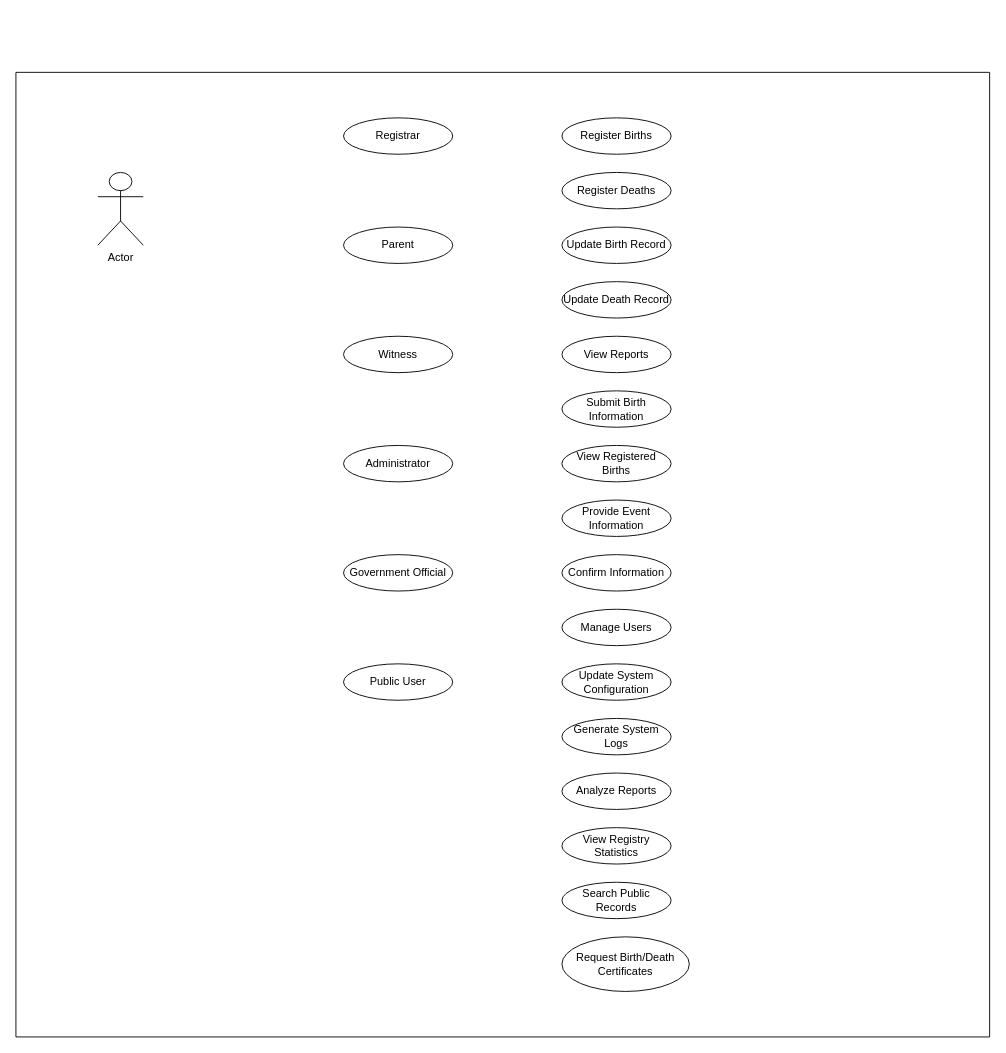
Above: DBRegistryUseCaseDiagram.drawio in brabentil/database_diagrams (draw.io), before the change. Source tidied: cells renumbered, new cells numbered last; positions are measured from the earlier drawing's top-left corner, leaving out a move shared by most shapes. Both pictures are drawn from the tidied source at 91%, with x=0, y=0 at pixel (15, 72).
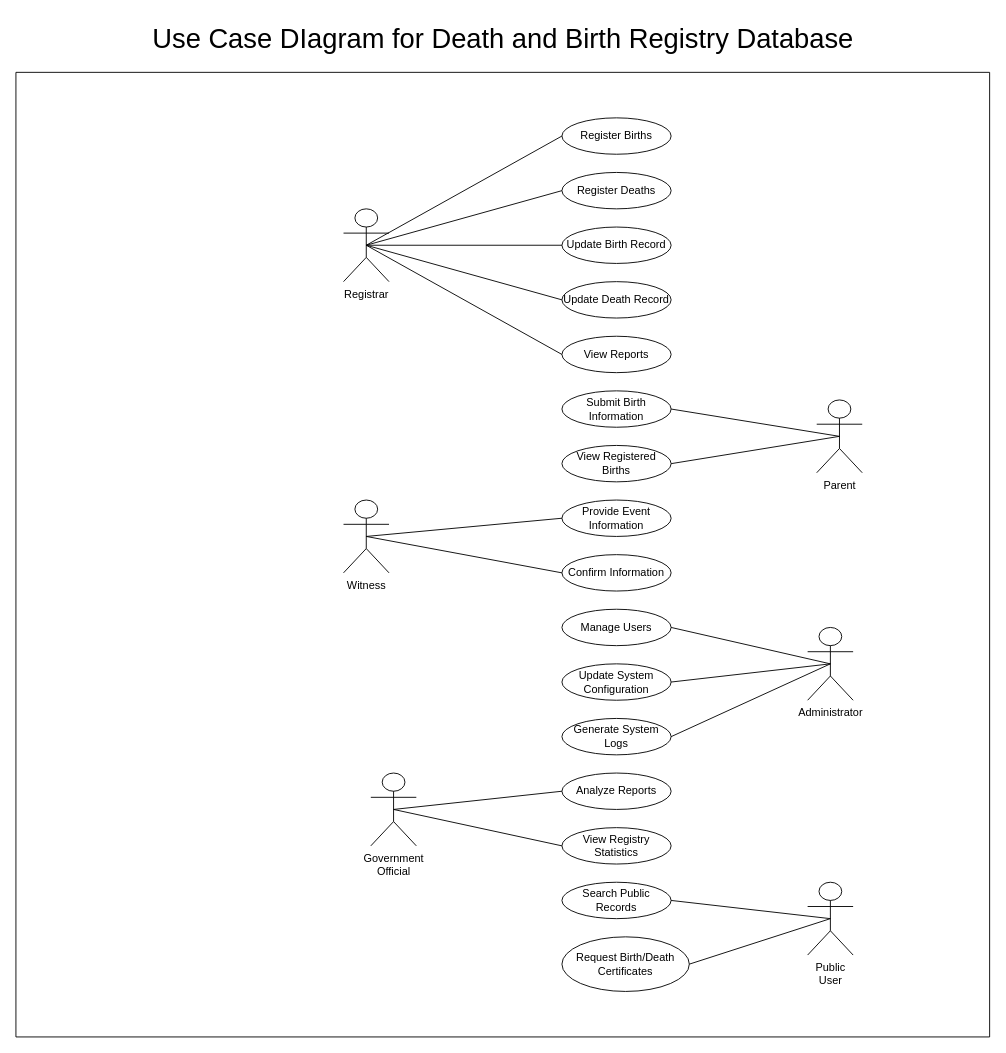
Above is the later version.

The change refers to these unchanged cells:
```xml
<mxCell id="8" value="Register Births" style="shape=ellipse;whiteSpace=wrap;html=1;" parent="1" vertex="1">
  <mxGeometry x="600" y="50" width="120" height="40" as="geometry" />
</mxCell>
<mxCell id="9" value="Register Deaths" style="shape=ellipse;whiteSpace=wrap;html=1;" parent="1" vertex="1">
  <mxGeometry x="600" y="110" width="120" height="40" as="geometry" />
</mxCell>
<mxCell id="10" value="Update Birth Record" style="shape=ellipse;whiteSpace=wrap;html=1;" parent="1" vertex="1">
  <mxGeometry x="600" y="170" width="120" height="40" as="geometry" />
</mxCell>
<mxCell id="11" value="Update Death Record" style="shape=ellipse;whiteSpace=wrap;html=1;" parent="1" vertex="1">
  <mxGeometry x="600" y="230" width="120" height="40" as="geometry" />
</mxCell>
<mxCell id="12" value="View Reports" style="shape=ellipse;whiteSpace=wrap;html=1;" parent="1" vertex="1">
  <mxGeometry x="600" y="290" width="120" height="40" as="geometry" />
</mxCell>
<mxCell id="13" value="Submit Birth Information" style="shape=ellipse;whiteSpace=wrap;html=1;" parent="1" vertex="1">
  <mxGeometry x="600" y="350" width="120" height="40" as="geometry" />
</mxCell>
<mxCell id="14" value="View Registered Births" style="shape=ellipse;whiteSpace=wrap;html=1;" parent="1" vertex="1">
  <mxGeometry x="600" y="410" width="120" height="40" as="geometry" />
</mxCell>
<mxCell id="15" value="Provide Event Information" style="shape=ellipse;whiteSpace=wrap;html=1;" parent="1" vertex="1">
  <mxGeometry x="600" y="470" width="120" height="40" as="geometry" />
</mxCell>
<mxCell id="16" value="Confirm Information" style="shape=ellipse;whiteSpace=wrap;html=1;" parent="1" vertex="1">
  <mxGeometry x="600" y="530" width="120" height="40" as="geometry" />
</mxCell>
<mxCell id="17" value="Manage Users" style="shape=ellipse;whiteSpace=wrap;html=1;" parent="1" vertex="1">
  <mxGeometry x="600" y="590" width="120" height="40" as="geometry" />
</mxCell>
<mxCell id="18" value="Update System Configuration" style="shape=ellipse;whiteSpace=wrap;html=1;" parent="1" vertex="1">
  <mxGeometry x="600" y="650" width="120" height="40" as="geometry" />
</mxCell>
<mxCell id="19" value="Generate System Logs" style="shape=ellipse;whiteSpace=wrap;html=1;" parent="1" vertex="1">
  <mxGeometry x="600" y="710" width="120" height="40" as="geometry" />
</mxCell>
<mxCell id="20" value="Analyze Reports" style="shape=ellipse;whiteSpace=wrap;html=1;" parent="1" vertex="1">
  <mxGeometry x="600" y="770" width="120" height="40" as="geometry" />
</mxCell>
<mxCell id="21" value="View Registry Statistics" style="shape=ellipse;whiteSpace=wrap;html=1;" parent="1" vertex="1">
  <mxGeometry x="600" y="830" width="120" height="40" as="geometry" />
</mxCell>
<mxCell id="22" value="Search Public Records" style="shape=ellipse;whiteSpace=wrap;html=1;" parent="1" vertex="1">
  <mxGeometry x="600" y="890" width="120" height="40" as="geometry" />
</mxCell>
<mxCell id="23" value="Request Birth/Death Certificates" style="shape=ellipse;whiteSpace=wrap;html=1;" parent="1" vertex="1">
  <mxGeometry x="600" y="950" width="140" height="60" as="geometry" />
</mxCell>
<mxCell id="24" style="swimlane;startSize=0;" parent="1" vertex="1">
  <mxGeometry width="1070" height="1060" as="geometry" />
</mxCell>
```

The edit, as a diff of the source:
```diff
@@
-    <mxCell id="2" value="Registrar" style="shape=ellipse;whiteSpace=wrap;html=1;" parent="1" vertex="1">
-      <mxGeometry x="360" y="50" width="120" height="40" as="geometry" />
-    </mxCell>
-    <mxCell id="3" value="Parent" style="shape=ellipse;whiteSpace=wrap;html=1;" parent="1" vertex="1">
-      <mxGeometry x="360" y="170" width="120" height="40" as="geometry" />
-    </mxCell>
-    <mxCell id="4" value="Witness" style="shape=ellipse;whiteSpace=wrap;html=1;" parent="1" vertex="1">
-      <mxGeometry x="360" y="290" width="120" height="40" as="geometry" />
-    </mxCell>
-    <mxCell id="5" value="Administrator" style="shape=ellipse;whiteSpace=wrap;html=1;" parent="1" vertex="1">
-      <mxGeometry x="360" y="410" width="120" height="40" as="geometry" />
-    </mxCell>
-    <mxCell id="6" value="Government Official" style="shape=ellipse;whiteSpace=wrap;html=1;" parent="1" vertex="1">
-      <mxGeometry x="360" y="530" width="120" height="40" as="geometry" />
-    </mxCell>
-    <mxCell id="7" value="Public User" style="shape=ellipse;whiteSpace=wrap;html=1;" parent="1" vertex="1">
-      <mxGeometry x="360" y="650" width="120" height="40" as="geometry" />
-    </mxCell>
@@
-    <mxCell id="25" value="Actor" style="shape=umlActor;verticalLabelPosition=bottom;verticalAlign=top;html=1;outlineConnect=0;" parent="24" vertex="1">
-      <mxGeometry x="90" y="110" width="50" height="80" as="geometry" />
+    <mxCell id="25" value="&lt;span style=&quot;text-wrap-mode: wrap;&quot;&gt;Registrar&lt;/span&gt;" style="shape=umlActor;verticalLabelPosition=bottom;verticalAlign=top;html=1;outlineConnect=0;" parent="24" vertex="1">
+      <mxGeometry x="360" y="150" width="50" height="80" as="geometry" />
     </mxCell>
+    <mxCell id="6" value="&lt;span style=&quot;text-wrap-mode: wrap;&quot;&gt;Government Official&lt;/span&gt;" style="shape=umlActor;verticalLabelPosition=bottom;verticalAlign=top;html=1;outlineConnect=0;" parent="24" vertex="1">
+      <mxGeometry x="390" y="770" width="50" height="80" as="geometry" />
+    </mxCell>
+    <mxCell id="5" value="&lt;span style=&quot;text-wrap-mode: wrap;&quot;&gt;Administrator&lt;/span&gt;" style="shape=umlActor;verticalLabelPosition=bottom;verticalAlign=top;html=1;outlineConnect=0;" parent="24" vertex="1">
+      <mxGeometry x="870" y="610" width="50" height="80" as="geometry" />
+    </mxCell>
+    <mxCell id="3" value="&lt;span style=&quot;text-wrap-mode: wrap;&quot;&gt;Parent&lt;/span&gt;" style="shape=umlActor;verticalLabelPosition=bottom;verticalAlign=top;html=1;outlineConnect=0;" parent="24" vertex="1">
+      <mxGeometry x="880" y="360" width="50" height="80" as="geometry" />
+    </mxCell>
+    <mxCell id="4" value="&lt;span style=&quot;text-wrap-mode: wrap;&quot;&gt;Witness&lt;/span&gt;" style="shape=umlActor;verticalLabelPosition=bottom;verticalAlign=top;html=1;outlineConnect=0;" parent="24" vertex="1">
+      <mxGeometry x="360" y="470" width="50" height="80" as="geometry" />
+    </mxCell>
+    <mxCell id="7" value="&lt;span style=&quot;text-wrap-mode: wrap;&quot;&gt;Public User&lt;/span&gt;" style="shape=umlActor;verticalLabelPosition=bottom;verticalAlign=top;html=1;outlineConnect=0;" parent="24" vertex="1">
+      <mxGeometry x="870" y="890" width="50" height="80" as="geometry" />
+    </mxCell>
+    <mxCell id="26" style="endArrow=none;html=1;rounded=0;entryX=0;entryY=0.5;entryDx=0;entryDy=0;exitX=0.5;exitY=0.5;exitDx=0;exitDy=0;exitPerimeter=0;" parent="1" edge="1" source="25" target="8">
+      <mxGeometry relative="1" as="geometry" />
+    </mxCell>
+    <mxCell id="27" style="endArrow=none;html=1;rounded=0;entryX=0;entryY=0.5;entryDx=0;entryDy=0;exitX=0.5;exitY=0.5;exitDx=0;exitDy=0;exitPerimeter=0;" parent="1" edge="1" source="25" target="12">
+      <mxGeometry relative="1" as="geometry" />
+    </mxCell>
+    <mxCell id="28" style="endArrow=none;html=1;rounded=0;entryX=0;entryY=0.5;entryDx=0;entryDy=0;exitX=0.5;exitY=0.5;exitDx=0;exitDy=0;exitPerimeter=0;" parent="1" edge="1" source="25" target="9">
+      <mxGeometry relative="1" as="geometry" />
+    </mxCell>
+    <mxCell id="29" style="endArrow=none;html=1;rounded=0;entryX=0;entryY=0.5;entryDx=0;entryDy=0;exitX=0.5;exitY=0.5;exitDx=0;exitDy=0;exitPerimeter=0;" parent="1" edge="1" source="25" target="10">
+      <mxGeometry relative="1" as="geometry" />
+    </mxCell>
+    <mxCell id="30" style="endArrow=none;html=1;rounded=0;entryX=0;entryY=0.5;entryDx=0;entryDy=0;exitX=0.5;exitY=0.5;exitDx=0;exitDy=0;exitPerimeter=0;" parent="1" edge="1" source="25" target="11">
+      <mxGeometry relative="1" as="geometry" />
+    </mxCell>
+    <mxCell id="31" style="endArrow=none;html=1;rounded=0;entryX=0.5;entryY=0.5;entryDx=0;entryDy=0;entryPerimeter=0;exitX=1;exitY=0.5;exitDx=0;exitDy=0;" parent="1" edge="1" source="13" target="3">
+      <mxGeometry relative="1" as="geometry" />
+    </mxCell>
+    <mxCell id="32" style="endArrow=none;html=1;rounded=0;entryX=0.5;entryY=0.5;entryDx=0;entryDy=0;entryPerimeter=0;exitX=1;exitY=0.5;exitDx=0;exitDy=0;" parent="1" edge="1" source="14" target="3">
+      <mxGeometry relative="1" as="geometry" />
+    </mxCell>
+    <mxCell id="33" style="endArrow=none;html=1;rounded=0;entryX=0;entryY=0.5;entryDx=0;entryDy=0;exitX=0.5;exitY=0.5;exitDx=0;exitDy=0;exitPerimeter=0;" parent="1" edge="1" source="4" target="15">
+      <mxGeometry relative="1" as="geometry" />
+    </mxCell>
+    <mxCell id="34" style="endArrow=none;html=1;rounded=0;entryX=0;entryY=0.5;entryDx=0;entryDy=0;exitX=0.5;exitY=0.5;exitDx=0;exitDy=0;exitPerimeter=0;" parent="1" edge="1" source="4" target="16">
+      <mxGeometry relative="1" as="geometry" />
+    </mxCell>
+    <mxCell id="35" style="endArrow=none;html=1;rounded=0;entryX=0.5;entryY=0.5;entryDx=0;entryDy=0;entryPerimeter=0;exitX=1;exitY=0.5;exitDx=0;exitDy=0;" parent="1" edge="1" source="17" target="5">
+      <mxGeometry relative="1" as="geometry" />
+    </mxCell>
+    <mxCell id="36" style="endArrow=none;html=1;rounded=0;entryX=0.5;entryY=0.5;entryDx=0;entryDy=0;entryPerimeter=0;exitX=1;exitY=0.5;exitDx=0;exitDy=0;" parent="1" edge="1" source="19" target="5">
+      <mxGeometry relative="1" as="geometry" />
+    </mxCell>
+    <mxCell id="37" style="endArrow=none;html=1;rounded=0;exitX=0.5;exitY=0.5;exitDx=0;exitDy=0;exitPerimeter=0;entryX=1;entryY=0.5;entryDx=0;entryDy=0;" parent="1" edge="1" source="5" target="18">
+      <mxGeometry relative="1" as="geometry" />
+    </mxCell>
+    <mxCell id="38" style="endArrow=none;html=1;rounded=0;entryX=0;entryY=0.5;entryDx=0;entryDy=0;exitX=0.5;exitY=0.5;exitDx=0;exitDy=0;exitPerimeter=0;" parent="1" edge="1" source="6" target="20">
+      <mxGeometry relative="1" as="geometry" />
+    </mxCell>
+    <mxCell id="39" style="endArrow=none;html=1;rounded=0;entryX=0;entryY=0.5;entryDx=0;entryDy=0;exitX=0.5;exitY=0.5;exitDx=0;exitDy=0;exitPerimeter=0;" parent="1" edge="1" source="6" target="21">
+      <mxGeometry relative="1" as="geometry" />
+    </mxCell>
+    <mxCell id="40" style="endArrow=none;html=1;rounded=0;entryX=0.5;entryY=0.5;entryDx=0;entryDy=0;entryPerimeter=0;exitX=1;exitY=0.5;exitDx=0;exitDy=0;" parent="1" edge="1" source="23" target="7">
+      <mxGeometry relative="1" as="geometry" />
+    </mxCell>
+    <mxCell id="41" style="endArrow=none;html=1;rounded=0;entryX=0.5;entryY=0.5;entryDx=0;entryDy=0;entryPerimeter=0;exitX=1;exitY=0.5;exitDx=0;exitDy=0;" parent="1" edge="1" source="22" target="7">
+      <mxGeometry relative="1" as="geometry" />
+    </mxCell>
+    <mxCell id="42" value="&lt;font style=&quot;font-size: 30px;&quot;&gt;Use Case DIagram for Death and Birth Registry Database&lt;/font&gt;" style="text;html=1;align=center;verticalAlign=middle;strokeColor=none;fillColor=none;" parent="1" vertex="1">
+      <mxGeometry x="140" y="-62" width="790" height="50" as="geometry" />
+    </mxCell>
```
